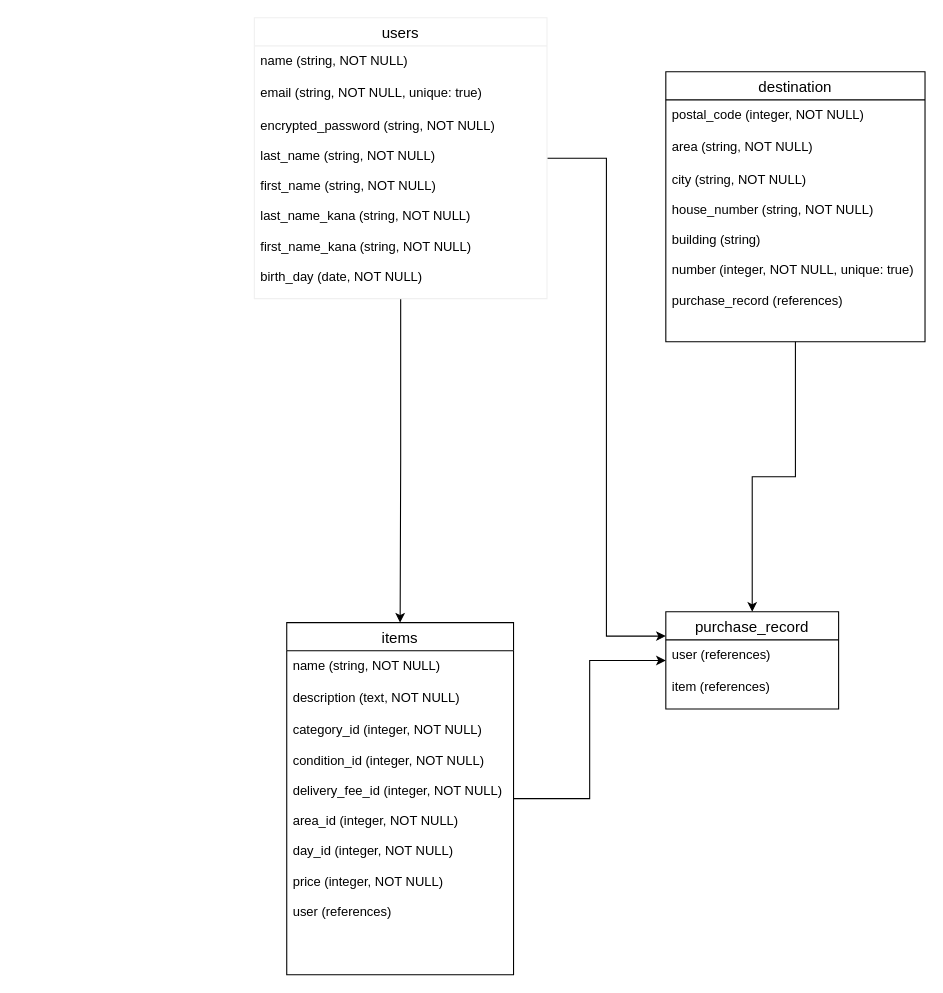
The draw.io diagram furima-35955.dio in hadzuki89/furima-35955, before the edit. Source tidied: cells renumbered, new cells numbered last; positions are measured from the earlier drawing's top-left corner, leaving out a move shared by most shapes. Both pictures are drawn from the tidied source at 108%, with x=0, y=0 at pixel (254, 17).
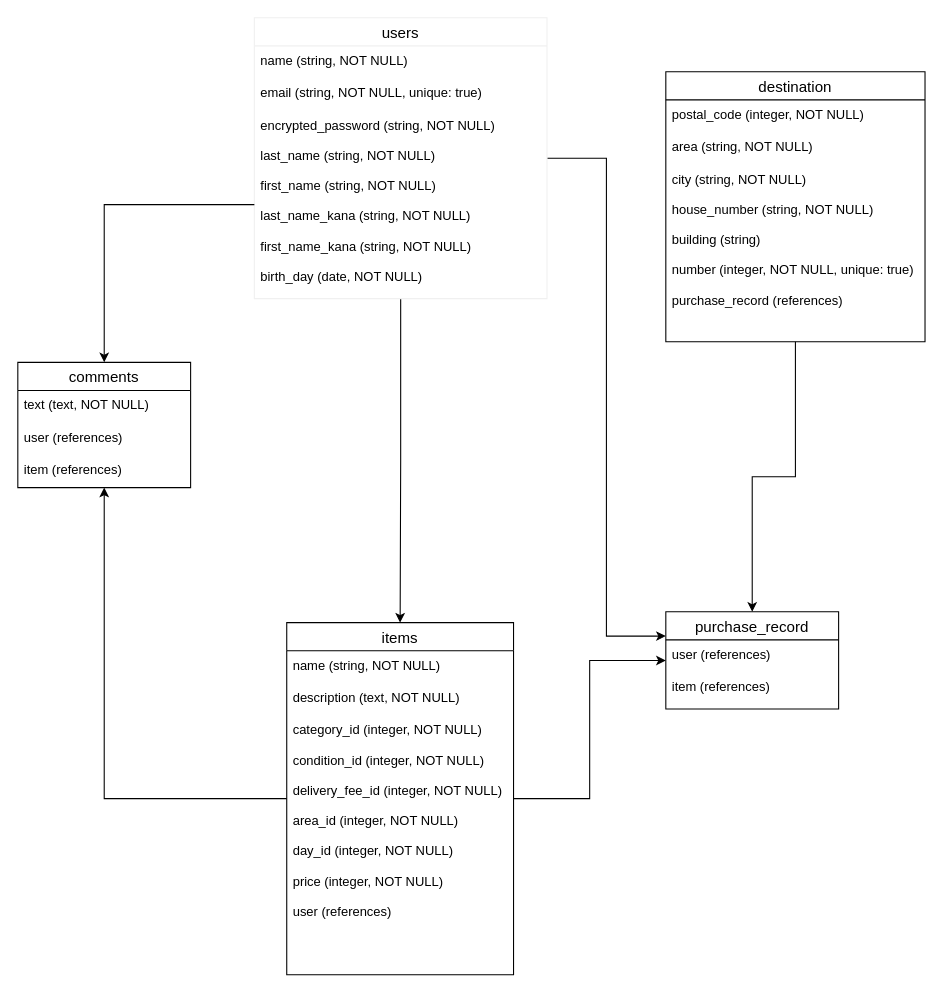
The same diagram, later.

Unchanged cells that the change refers to:
```xml
<mxCell id="7" value="encrypted_password (string, NOT NULL)&#10;&#10;last_name (string, NOT NULL)&#10;&#10;first_name (string, NOT NULL)&#10;&#10;last_name_kana (string, NOT NULL)&#10;&#10;first_name_kana (string, NOT NULL)&#10;&#10;birth_day (date, NOT NULL)&#10;&#10;" style="text;strokeColor=none;fillColor=none;spacingLeft=4;spacingRight=4;overflow=hidden;points=[[0,0.5],[1,0.5]];portConstraint=eastwest;fontSize=12;" parent="4" vertex="1">
  <mxGeometry y="86" width="271" height="174" as="geometry" />
</mxCell>
<mxCell id="9" value="items" style="swimlane;fontStyle=0;horizontal=1;startSize=26;align=center;fontSize=14;" parent="1" vertex="1">
  <mxGeometry x="30" y="560" width="210" height="326" as="geometry" />
</mxCell>
```

What changed in the source:
```diff
@@
+    <mxCell id="21" style="edgeStyle=orthogonalEdgeStyle;rounded=0;jettySize=auto;html=1;" parent="1" edge="1" source="9" target="22">
+      <mxGeometry relative="1" as="geometry" />
+    </mxCell>
@@
+    <mxCell id="22" value="comments" style="swimlane;fontStyle=0;horizontal=1;startSize=26;align=center;fontSize=14;" parent="1" vertex="1">
+      <mxGeometry x="-219" y="319" width="160" height="116" as="geometry" />
+    </mxCell>
+    <mxCell id="23" value="text (text, NOT NULL)&#10;&#10;" style="text;strokeColor=none;fillColor=none;spacingLeft=4;spacingRight=4;overflow=hidden;fontSize=12;" parent="22" vertex="1">
+      <mxGeometry y="26" width="160" height="30" as="geometry" />
+    </mxCell>
+    <mxCell id="24" value="user (references)" style="text;strokeColor=none;fillColor=none;spacingLeft=4;spacingRight=4;overflow=hidden;fontSize=12;" parent="22" vertex="1">
+      <mxGeometry y="56" width="160" height="30" as="geometry" />
+    </mxCell>
+    <mxCell id="25" value="item (references)" style="text;strokeColor=none;fillColor=none;spacingLeft=4;spacingRight=4;overflow=hidden;fontSize=12;" parent="22" vertex="1">
+      <mxGeometry y="86" width="160" height="30" as="geometry" />
+    </mxCell>
+    <mxCell id="26" style="edgeStyle=orthogonalEdgeStyle;rounded=0;jettySize=auto;html=1;" parent="1" edge="1" source="7" target="22">
+      <mxGeometry relative="1" as="geometry" />
+    </mxCell>
```
